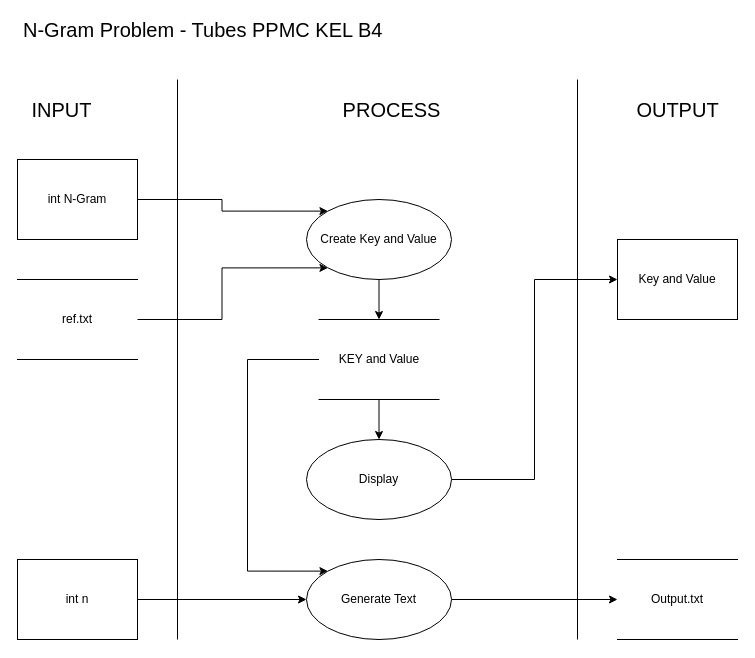
Lucranix28/Tubes2208B4 keeps this draw.io diagram as page "DFD_L0" (1 of 3) of Flowchart.drawio. Above is the earlier version. Source tidied: cells renumbered, new cells numbered last; positions are measured from the earlier drawing's top-left corner, leaving out a move shared by most shapes. Both pictures are drawn from the tidied source at 100%, with x=0, y=0 at pixel (17, 19).
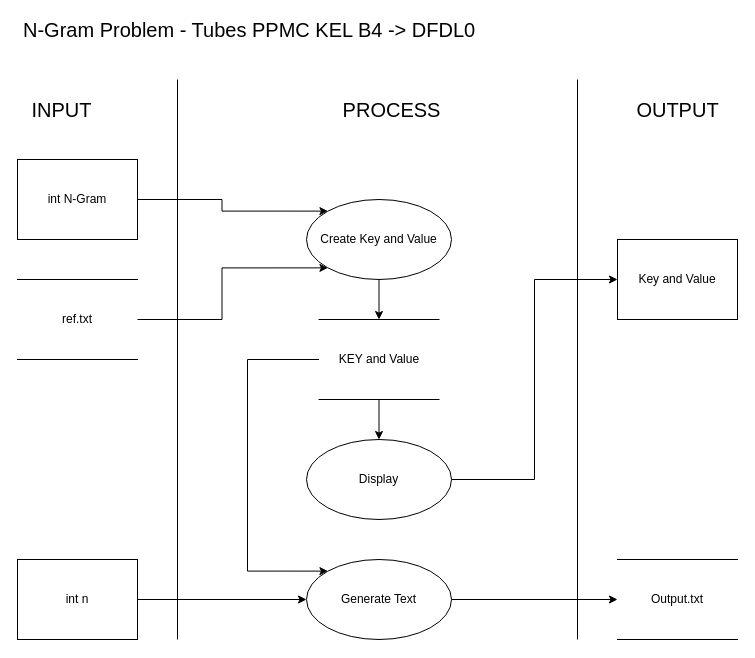
Above is the later version.

The edit, as a diff of the source:
```diff
@@
-    <mxCell id="2" value="&lt;font style=&quot;font-size: 20px&quot;&gt;N-Gram Problem - Tubes PPMC KEL B4&lt;/font&gt;" style="text;html=1;align=left;verticalAlign=middle;" parent="1" vertex="1">
-      <mxGeometry x="4" width="370" height="20" as="geometry" />
+    <mxCell id="2" value="&lt;font style=&quot;font-size: 20px&quot;&gt;N-Gram Problem - Tubes PPMC KEL B4 -&amp;gt; DFDL0&lt;/font&gt;" style="text;html=1;align=left;verticalAlign=middle;" parent="1" vertex="1">
+      <mxGeometry x="4" width="470" height="20" as="geometry" />
     </mxCell>
```
